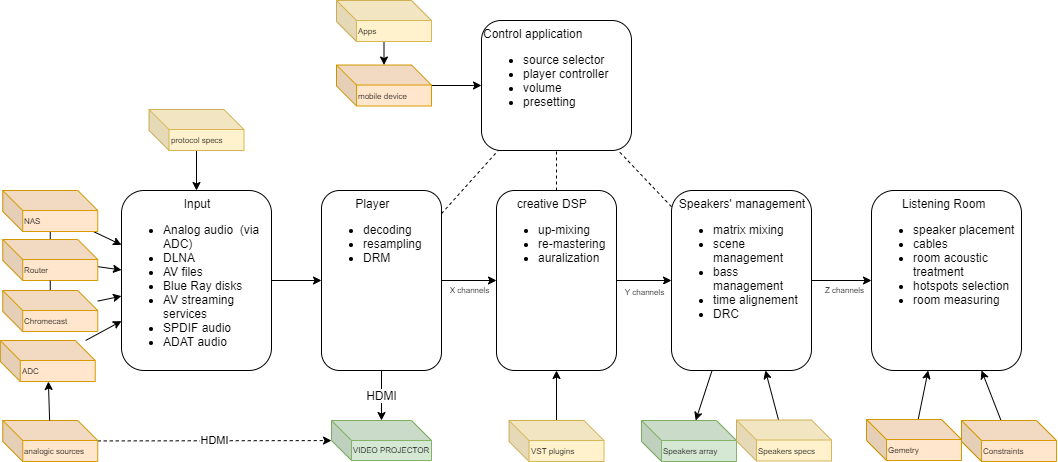
The draw.io diagram images/functional-view.png in ecow/liroma, before a commit. Source tidied: cells renumbered, new cells last; positions are measured from the earlier drawing's top-left corner, leaving out a move shared by most shapes.
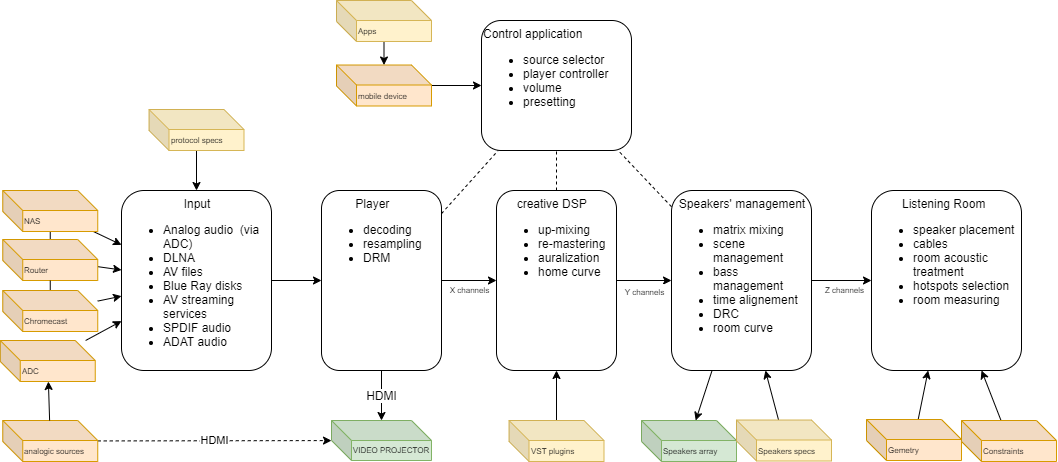
The same diagram one commit later.

Diff of the diagram source:
```diff
@@ -26,7 +26,7 @@
     <mxCell id="9" style="edgeStyle=none;rounded=0;sketch=0;jettySize=auto;html=1;fontSize=12;startArrow=none;startFill=0;endArrow=none;endFill=0;startSize=6;endSize=6;strokeColor=#000000;strokeWidth=1;dashed=1;" parent="1" edge="1" source="10" target="11">
       <mxGeometry relative="1" as="geometry" />
     </mxCell>
-    <mxCell id="10" value="&lt;div style=&quot;text-align: center&quot;&gt;&lt;span&gt;Speakers' management&lt;/span&gt;&lt;/div&gt;&lt;ul&gt;&lt;li&gt;&lt;span&gt;matrix mixing&lt;/span&gt;&lt;/li&gt;&lt;li&gt;&lt;span&gt;scene management&lt;/span&gt;&lt;/li&gt;&lt;li&gt;&lt;span&gt;bass management&lt;/span&gt;&lt;br&gt;&lt;/li&gt;&lt;li&gt;time alignement&lt;/li&gt;&lt;li&gt;DRC&lt;/li&gt;&lt;/ul&gt;" style="rounded=1;whiteSpace=wrap;html=1;sketch=0;fontSize=12;align=left;verticalAlign=top;" parent="1" vertex="1">
+    <mxCell id="10" value="&lt;div style=&quot;text-align: center&quot;&gt;&lt;span&gt;Speakers' management&lt;/span&gt;&lt;/div&gt;&lt;ul&gt;&lt;li&gt;&lt;span&gt;matrix mixing&lt;/span&gt;&lt;/li&gt;&lt;li&gt;&lt;span&gt;scene management&lt;/span&gt;&lt;/li&gt;&lt;li&gt;&lt;span&gt;bass management&lt;/span&gt;&lt;br&gt;&lt;/li&gt;&lt;li&gt;time alignement&lt;/li&gt;&lt;li&gt;DRC&lt;/li&gt;&lt;li&gt;room curve&lt;/li&gt;&lt;/ul&gt;" style="rounded=1;whiteSpace=wrap;html=1;sketch=0;fontSize=12;align=left;verticalAlign=top;" parent="1" vertex="1">
       <mxGeometry x="671" y="190" width="140" height="180" as="geometry" />
     </mxCell>
     <mxCell id="11" value="Control application&lt;br&gt;&lt;ul&gt;&lt;li&gt;source selector&lt;/li&gt;&lt;li&gt;player controller&lt;/li&gt;&lt;li&gt;volume&lt;/li&gt;&lt;li&gt;presetting&lt;/li&gt;&lt;/ul&gt;" style="rounded=1;whiteSpace=wrap;html=1;sketch=0;fontSize=12;align=left;verticalAlign=top;" parent="1" vertex="1">
@@ -83,7 +83,7 @@
     <mxCell id="28" value="VST plugins" style="shape=cube;whiteSpace=wrap;html=1;boundedLbl=1;backgroundOutline=1;darkOpacity=0.05;darkOpacity2=0.1;sketch=0;fontSize=8;align=left;verticalAlign=top;fillColor=#fff2cc;strokeColor=#d6b656;" parent="1" vertex="1">
       <mxGeometry x="508.5" y="420" width="95" height="41" as="geometry" />
     </mxCell>
-    <mxCell id="29" value="&lt;div style=&quot;text-align: center&quot;&gt;creative DSP&lt;/div&gt;&lt;ul&gt;&lt;li&gt;up-mixing&lt;/li&gt;&lt;li&gt;re-mastering&lt;/li&gt;&lt;li&gt;auralization&lt;/li&gt;&lt;/ul&gt;" style="rounded=1;whiteSpace=wrap;html=1;sketch=0;fontSize=12;align=left;verticalAlign=top;" parent="1" vertex="1">
+    <mxCell id="29" value="&lt;div style=&quot;text-align: center&quot;&gt;creative DSP&lt;/div&gt;&lt;ul&gt;&lt;li&gt;up-mixing&lt;/li&gt;&lt;li&gt;re-mastering&lt;/li&gt;&lt;li&gt;auralization&lt;/li&gt;&lt;li&gt;home curve&lt;/li&gt;&lt;/ul&gt;" style="rounded=1;whiteSpace=wrap;html=1;sketch=0;fontSize=12;align=left;verticalAlign=top;" parent="1" vertex="1">
       <mxGeometry x="496" y="190" width="120" height="180" as="geometry" />
     </mxCell>
     <mxCell id="30" value="X channels" style="edgeStyle=none;rounded=0;sketch=0;jettySize=auto;html=1;fontSize=8;startArrow=none;startFill=0;endArrow=classic;endFill=1;startSize=6;endSize=6;strokeColor=#000000;strokeWidth=1;" parent="1" edge="1" source="7" target="29">
```
